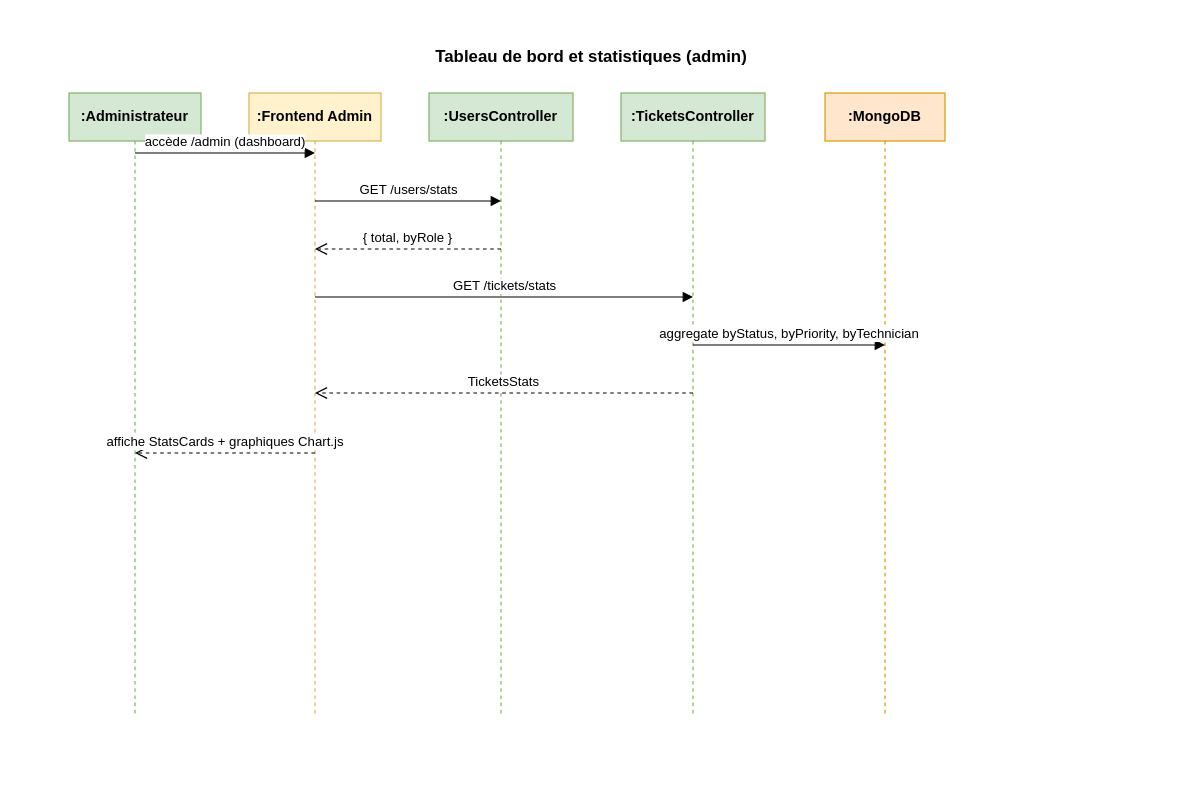
Above: docs/diagrammes/seq-tableau-de-bord.drawio in amelbenhazem/TicketManager (draw.io), before the change. Source tidied: cells renumbered, new cells numbered last; positions are measured from the earlier drawing's top-left corner, leaving out a move shared by most shapes. Both pictures are drawn from the tidied source at 120%, with x=0, y=0 at pixel (20, 20).
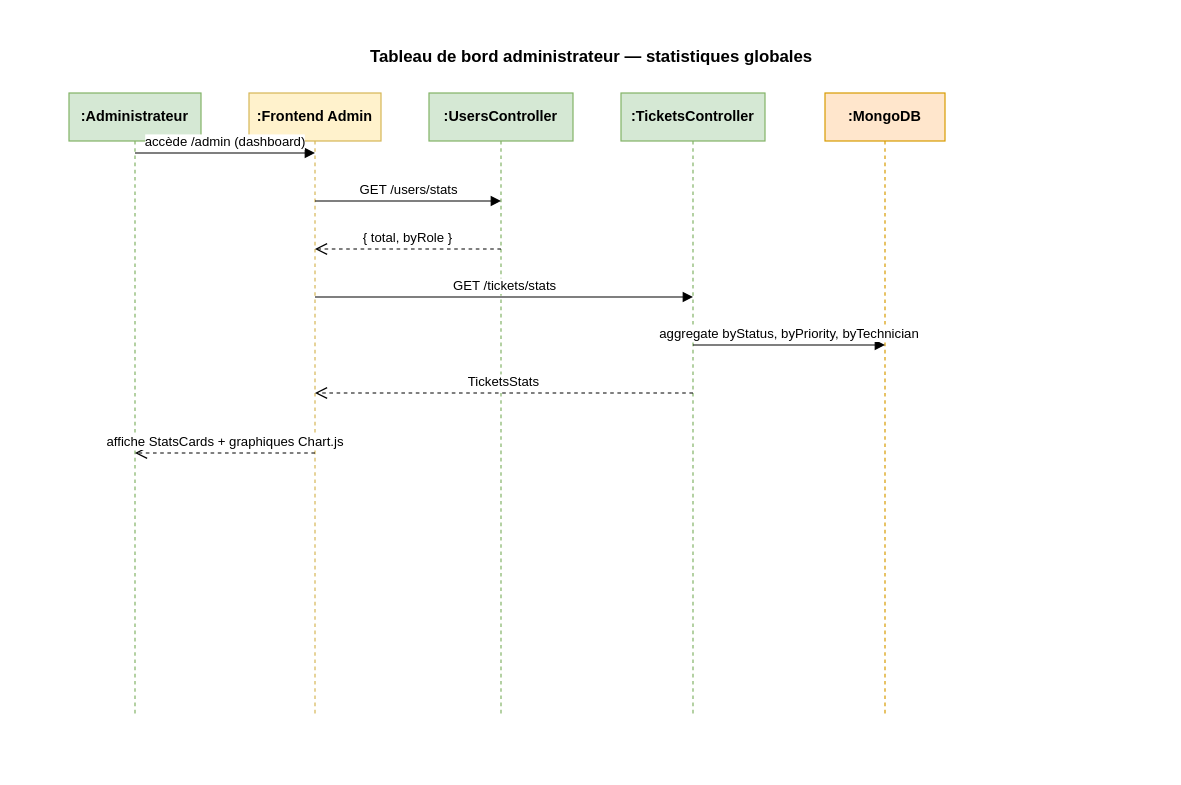
The same diagram, later.

What changed in the source:
```diff
@@
-    <mxCell id="3" value="Tableau de bord et statistiques (admin)" style="text;html=1;strokeColor=none;fillColor=#ffffff;align=center;fontSize=14;fontStyle=1;fontColor=#000000;" parent="1" vertex="1">
+    <mxCell id="3" value="Tableau de bord administrateur — statistiques globales" style="text;html=1;strokeColor=none;fillColor=#ffffff;align=center;fontSize=14;fontStyle=1;fontColor=#000000;" parent="1" vertex="1">
       <mxGeometry x="225" y="15" width="500" height="30" as="geometry" />
     </mxCell>
```
